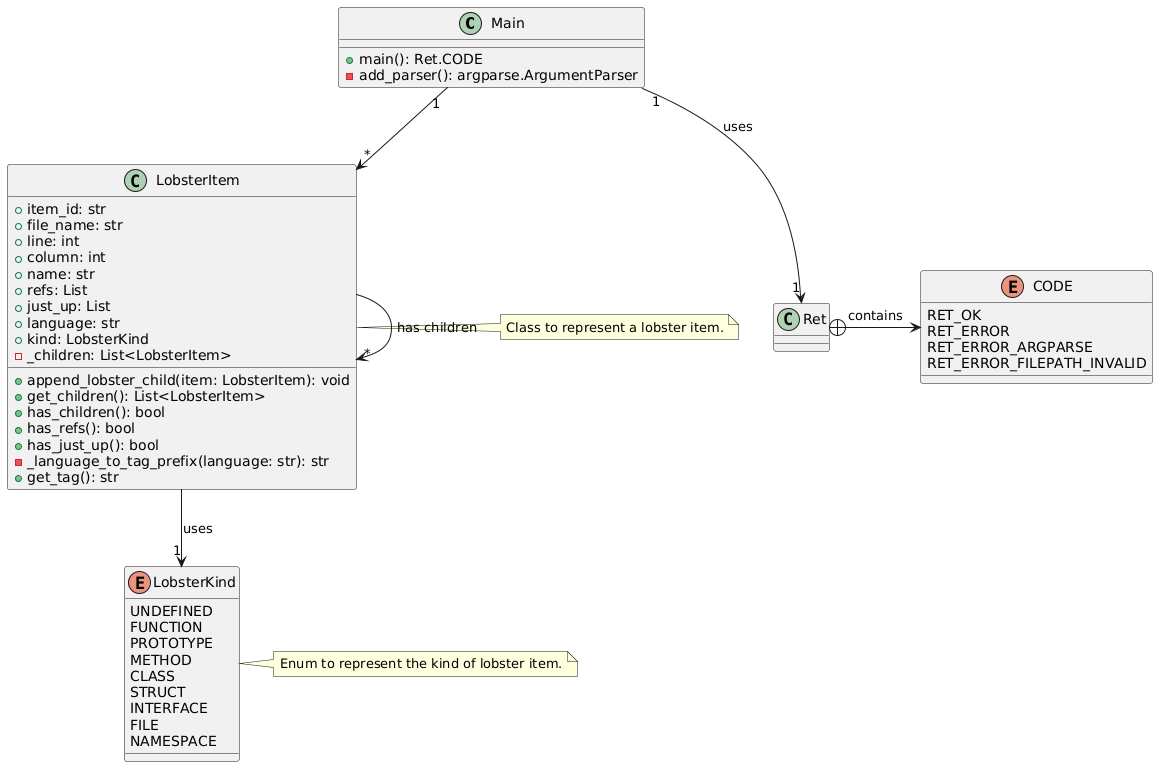
Before: doc/architecture/class_diagram.png, a diagram exported from PlantUML (NewTec-GmbH/lobster-doxygen).
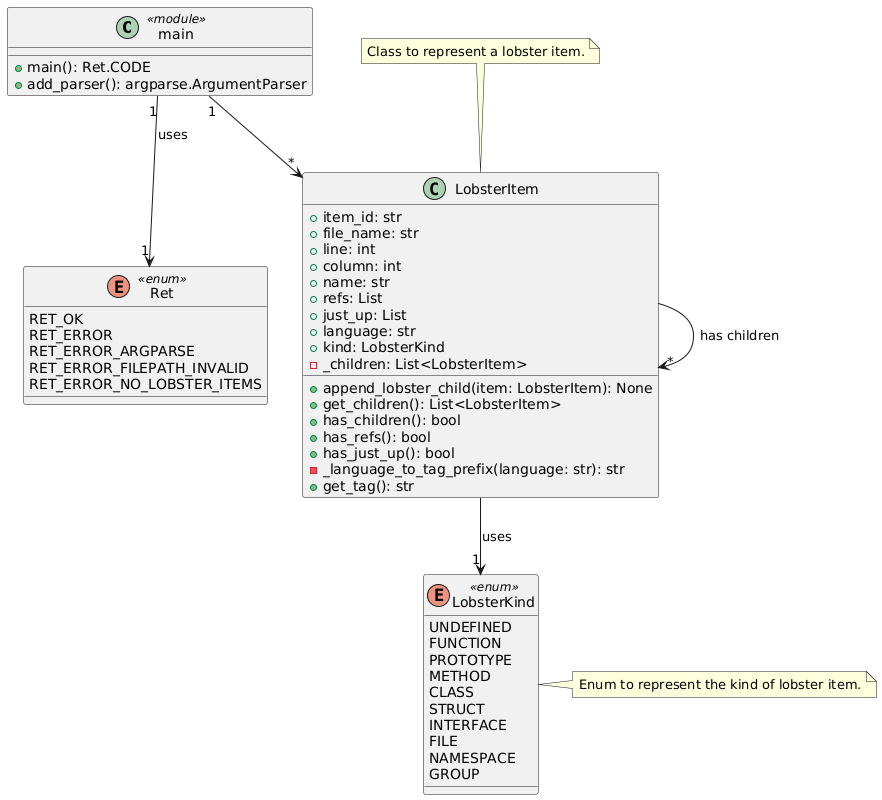
After the commit.

What changed in the source:
```diff
@@ -1,23 +1,20 @@
 @startuml
 
 
-class Main {
+class main <<module>> {
   + main(): Ret.CODE
-  - add_parser(): argparse.ArgumentParser
+  + add_parser(): argparse.ArgumentParser
 }
 
-class Ret {
-
-}
-
-enum CODE {
+enum Ret <<enum>> {
     RET_OK
     RET_ERROR
     RET_ERROR_ARGPARSE
     RET_ERROR_FILEPATH_INVALID
+    RET_ERROR_NO_LOBSTER_ITEMS
 }
 
-enum LobsterKind {
+enum LobsterKind <<enum>> {
     UNDEFINED
     FUNCTION
     PROTOTYPE
@@ -27,6 +24,7 @@
     INTERFACE
     FILE
     NAMESPACE
+    GROUP
 }
 
 note right of LobsterKind
@@ -45,7 +43,7 @@
     + kind: LobsterKind
     - _children: List<LobsterItem>
 
-    + append_lobster_child(item: LobsterItem): void
+    + append_lobster_child(item: LobsterItem): None
     + get_children(): List<LobsterItem>
     + has_children(): bool
     + has_refs(): bool
@@ -54,15 +52,14 @@
     + get_tag(): str
 }
 
-note right of LobsterItem
+note top of LobsterItem
   Class to represent a lobster item.
 end note
 
 
 
-Main "1" --> "*" LobsterItem
-Ret +-> CODE : contains
-Main "1" --> "1" Ret : uses
+main "1" --> "*" LobsterItem
+main "1" --> "1" Ret : uses
 LobsterItem --> "1" LobsterKind : uses
 LobsterItem --> "*" LobsterItem : has children
 @enduml
```
